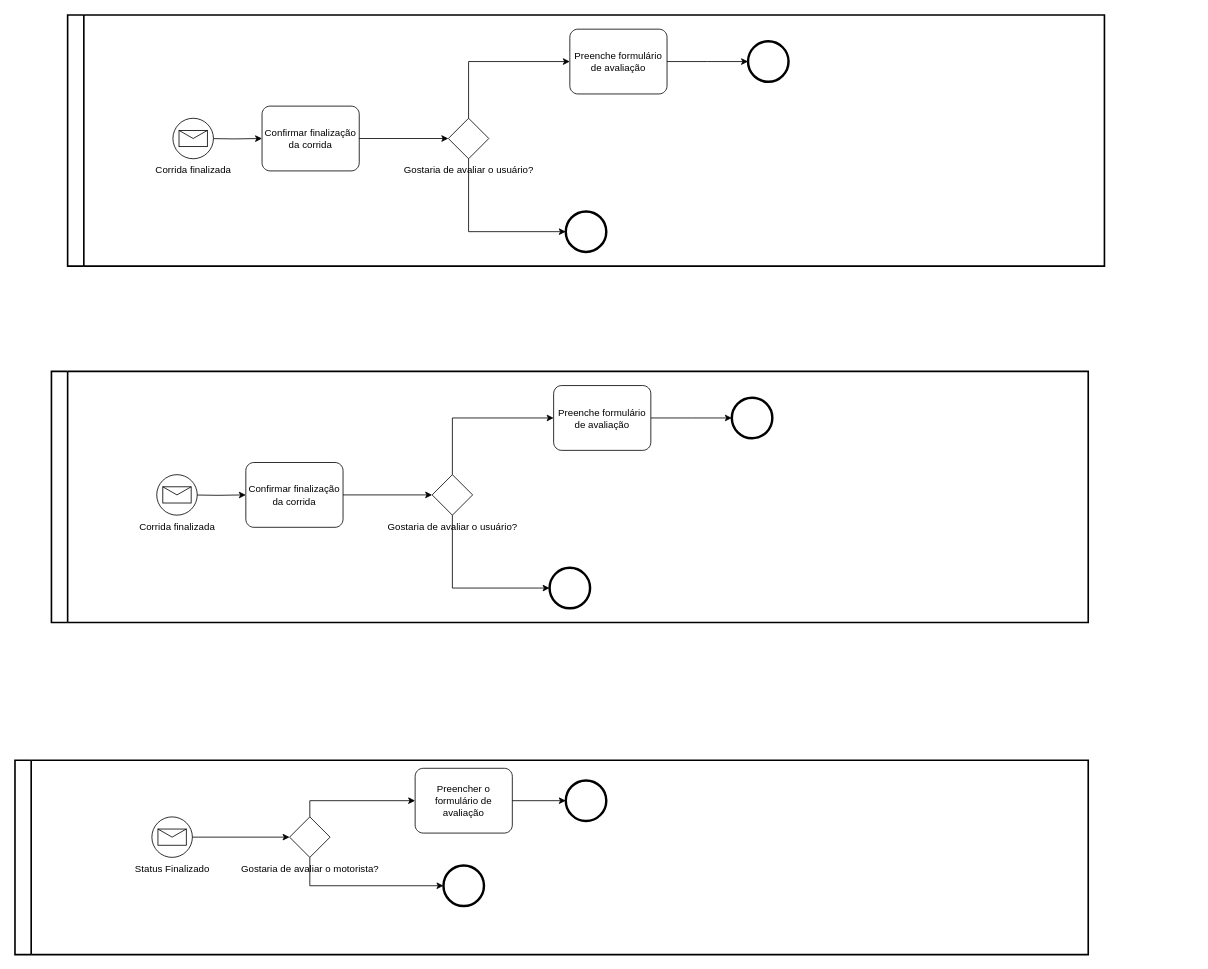
ICEI-PUC-Minas-PMV-ADS/Pet-s-Car keeps this draw.io diagram as page "Avaliações Motorista" (7 of 8) of Untitled Diagram.drawio. Above is the earlier version. Source tidied: cells renumbered, new cells numbered last; positions are measured from the earlier drawing's top-left corner, leaving out a move shared by most shapes. Both pictures are drawn from the tidied source at 81%, with x=0, y=0 at pixel (15, 15).
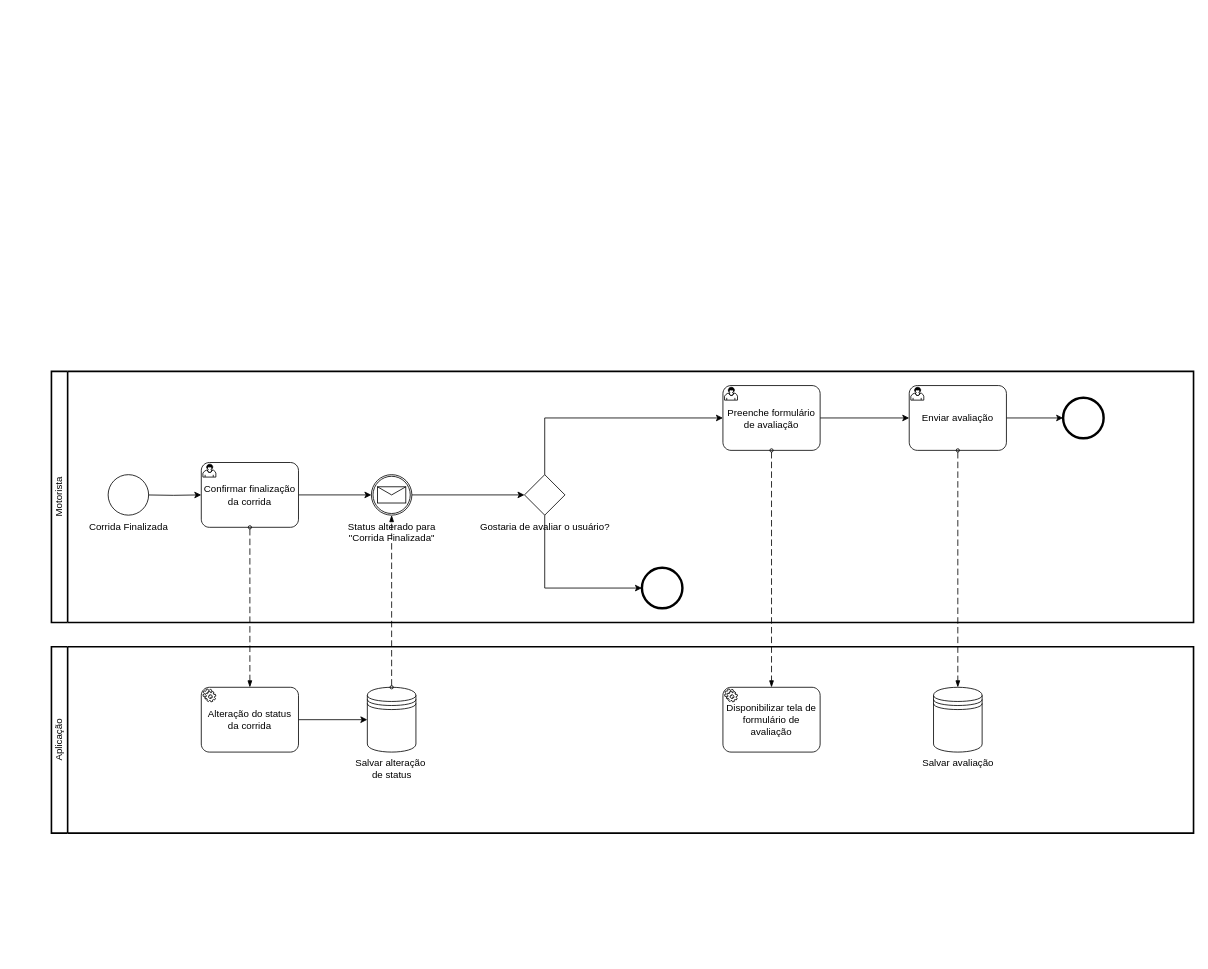
Above is the later version.

The edit, as a diff of the source:
```diff
@@
-    <mxCell id="2" style="swimlane;html=1;startSize=20;fontStyle=0;horizontal=0;swimlaneLine=1;swimlaneFillColor=#ffffff;strokeWidth=2;whiteSpace=wrap;" parent="1" vertex="1">
-      <mxGeometry x="65" width="1280" height="310" as="geometry" />
-    </mxCell>
-    <mxCell id="3" style="edgeStyle=orthogonalEdgeStyle;rounded=0;jettySize=auto;html=1;exitX=1;exitY=0.5;exitDx=0;exitDy=0;exitPerimeter=0;entryX=0;entryY=0.5;entryDx=0;entryDy=0;entryPerimeter=0;" parent="2" edge="1" target="4">
-      <mxGeometry relative="1" as="geometry">
-        <mxPoint x="170" y="152.5" as="sourcePoint" />
-      </mxGeometry>
-    </mxCell>
-    <mxCell id="4" value="Confirmar finalização da corrida" style="points=[[0.25,0,0],[0.5,0,0],[0.75,0,0],[1,0.25,0],[1,0.5,0],[1,0.75,0],[0.75,1,0],[0.5,1,0],[0.25,1,0],[0,0.75,0],[0,0.5,0],[0,0.25,0]];shape=mxgraph.bpmn.task;whiteSpace=wrap;rectStyle=rounded;size=10;html=1;taskMarker=abstract;" parent="2" vertex="1">
-      <mxGeometry x="240" y="112.5" width="120" height="80" as="geometry" />
-    </mxCell>
-    <mxCell id="5" value="Corrida finalizada" style="shape=mxgraph.bpmn.event;html=1;verticalLabelPosition=bottom;labelBackgroundColor=#ffffff;verticalAlign=top;align=center;perimeter=ellipsePerimeter;outline=standard;symbol=message;" parent="2" vertex="1">
-      <mxGeometry x="130" y="127.5" width="50" height="50" as="geometry" />
-    </mxCell>
-    <mxCell id="6" value="Gostaria de avaliar o usuário?" style="points=[[0.25,0.25,0],[0.5,0,0],[0.75,0.25,0],[1,0.5,0],[0.75,0.75,0],[0.5,1,0],[0.25,0.75,0],[0,0.5,0]];shape=mxgraph.bpmn.gateway2;html=1;verticalLabelPosition=bottom;labelBackgroundColor=#ffffff;verticalAlign=top;align=center;perimeter=rhombusPerimeter;outlineConnect=0;outline=none;symbol=none;" parent="2" vertex="1">
-      <mxGeometry x="470" y="127.5" width="50" height="50" as="geometry" />
-    </mxCell>
-    <mxCell id="7" style="edgeStyle=orthogonalEdgeStyle;rounded=0;jettySize=auto;html=1;exitX=1;exitY=0.5;exitDx=0;exitDy=0;exitPerimeter=0;" parent="2" edge="1" source="4" target="6">
-      <mxGeometry relative="1" as="geometry" />
-    </mxCell>
-    <mxCell id="8" style="edgeStyle=orthogonalEdgeStyle;rounded=0;jettySize=auto;html=1;exitX=1;exitY=0.5;exitDx=0;exitDy=0;exitPerimeter=0;" parent="2" edge="1" source="9">
-      <mxGeometry relative="1" as="geometry">
-        <mxPoint x="840" y="57.5" as="targetPoint" />
-      </mxGeometry>
-    </mxCell>
-    <mxCell id="9" value="Preenche formulário de avaliação" style="points=[[0.25,0,0],[0.5,0,0],[0.75,0,0],[1,0.25,0],[1,0.5,0],[1,0.75,0],[0.75,1,0],[0.5,1,0],[0.25,1,0],[0,0.75,0],[0,0.5,0],[0,0.25,0]];shape=mxgraph.bpmn.task;whiteSpace=wrap;rectStyle=rounded;size=10;html=1;taskMarker=abstract;" parent="2" vertex="1">
-      <mxGeometry x="620" y="17.5" width="120" height="80" as="geometry" />
-    </mxCell>
-    <mxCell id="10" style="edgeStyle=orthogonalEdgeStyle;rounded=0;jettySize=auto;html=1;exitX=0.5;exitY=0;exitDx=0;exitDy=0;exitPerimeter=0;entryX=0;entryY=0.5;entryDx=0;entryDy=0;entryPerimeter=0;" parent="2" edge="1" source="6" target="9">
-      <mxGeometry relative="1" as="geometry" />
-    </mxCell>
-    <mxCell id="11" style="points=[[0.145,0.145,0],[0.5,0,0],[0.855,0.145,0],[1,0.5,0],[0.855,0.855,0],[0.5,1,0],[0.145,0.855,0],[0,0.5,0]];shape=mxgraph.bpmn.event;html=1;verticalLabelPosition=bottom;labelBackgroundColor=#ffffff;verticalAlign=top;align=center;perimeter=ellipsePerimeter;outlineConnect=0;outline=end;symbol=terminate2;" parent="2" vertex="1">
-      <mxGeometry x="615" y="242.5" width="50" height="50" as="geometry" />
-    </mxCell>
-    <mxCell id="12" style="edgeStyle=orthogonalEdgeStyle;rounded=0;jettySize=auto;html=1;exitX=0.5;exitY=1;exitDx=0;exitDy=0;exitPerimeter=0;entryX=0;entryY=0.5;entryDx=0;entryDy=0;entryPerimeter=0;" parent="2" edge="1" source="6" target="11">
-      <mxGeometry relative="1" as="geometry" />
-    </mxCell>
-    <mxCell id="13" style="shape=mxgraph.bpmn.event;html=1;verticalLabelPosition=bottom;labelBackgroundColor=#ffffff;verticalAlign=top;align=center;perimeter=ellipsePerimeter;outline=end;symbol=terminate2;" parent="2" vertex="1">
-      <mxGeometry x="840" y="32.5" width="50" height="50" as="geometry" />
-    </mxCell>
+    <mxCell id="36" value="Aplicação" style="swimlane;html=1;startSize=20;fontStyle=0;horizontal=0;swimlaneLine=1;swimlaneFillColor=#ffffff;strokeWidth=2;whiteSpace=wrap;" parent="1" vertex="1">
+      <mxGeometry x="45" y="780" width="1410" height="230" as="geometry" />
+    </mxCell>
+    <mxCell id="37" style="edgeStyle=orthogonalEdgeStyle;rounded=0;jettySize=auto;html=1;exitX=1;exitY=0.5;exitDx=0;exitDy=0;exitPerimeter=0;entryX=0;entryY=0.5;entryDx=0;entryDy=0;" parent="36" edge="1" source="38" target="39">
+      <mxGeometry relative="1" as="geometry" />
+    </mxCell>
+    <mxCell id="38" value="Alteração do status da corrida" style="points=[[0.25,0,0],[0.5,0,0],[0.75,0,0],[1,0.25,0],[1,0.5,0],[1,0.75,0],[0.75,1,0],[0.5,1,0],[0.25,1,0],[0,0.75,0],[0,0.5,0],[0,0.25,0]];shape=mxgraph.bpmn.task;whiteSpace=wrap;rectStyle=rounded;size=10;html=1;taskMarker=service;" parent="36" vertex="1">
+      <mxGeometry x="185" y="50" width="120" height="80" as="geometry" />
+    </mxCell>
+    <mxCell id="39" value="Salvar alteração&amp;nbsp;&lt;br&gt;de status" style="shape=datastore;html=1;labelPosition=center;verticalLabelPosition=bottom;align=center;verticalAlign=top;" parent="36" vertex="1">
+      <mxGeometry x="390" y="50" width="60" height="80" as="geometry" />
+    </mxCell>
+    <mxCell id="40" value="Disponibilizar tela de formulário de avaliação" style="points=[[0.25,0,0],[0.5,0,0],[0.75,0,0],[1,0.25,0],[1,0.5,0],[1,0.75,0],[0.75,1,0],[0.5,1,0],[0.25,1,0],[0,0.75,0],[0,0.5,0],[0,0.25,0]];shape=mxgraph.bpmn.task;whiteSpace=wrap;rectStyle=rounded;size=10;html=1;taskMarker=service;" parent="36" vertex="1">
+      <mxGeometry x="829" y="50" width="120" height="80" as="geometry" />
+    </mxCell>
+    <mxCell id="41" value="Salvar avaliação" style="shape=datastore;html=1;labelPosition=center;verticalLabelPosition=bottom;align=center;verticalAlign=top;" parent="36" vertex="1">
+      <mxGeometry x="1089" y="50" width="60" height="80" as="geometry" />
+    </mxCell>
-    <mxCell id="14" style="swimlane;html=1;startSize=20;fontStyle=0;horizontal=0;swimlaneLine=1;swimlaneFillColor=#ffffff;strokeWidth=2;whiteSpace=wrap;" parent="1" vertex="1">
-      <mxGeometry x="45" y="440" width="1280" height="310" as="geometry" />
+    <mxCell id="14" value="Motorista" style="swimlane;html=1;startSize=20;fontStyle=0;horizontal=0;swimlaneLine=1;swimlaneFillColor=#ffffff;strokeWidth=2;whiteSpace=wrap;" parent="1" vertex="1">
+      <mxGeometry x="45" y="440" width="1410" height="310" as="geometry" />
     </mxCell>
     <mxCell id="15" style="edgeStyle=orthogonalEdgeStyle;rounded=0;jettySize=auto;html=1;exitX=1;exitY=0.5;exitDx=0;exitDy=0;exitPerimeter=0;entryX=0;entryY=0.5;entryDx=0;entryDy=0;entryPerimeter=0;" parent="14" edge="1" target="16">
       <mxGeometry relative="1" as="geometry">
-        <mxPoint x="170" y="152.5" as="sourcePoint" />
+        <mxPoint x="115" y="152.5" as="sourcePoint" />
       </mxGeometry>
     </mxCell>
+    <mxCell id="42" style="edgeStyle=orthogonalEdgeStyle;rounded=0;jettySize=auto;html=1;exitX=1;exitY=0.5;exitDx=0;exitDy=0;exitPerimeter=0;entryX=0;entryY=0.5;entryDx=0;entryDy=0;entryPerimeter=0;" parent="14" edge="1" source="16" target="48">
+      <mxGeometry relative="1" as="geometry" />
+    </mxCell>
-    <mxCell id="16" value="Confirmar finalização da corrida" style="points=[[0.25,0,0],[0.5,0,0],[0.75,0,0],[1,0.25,0],[1,0.5,0],[1,0.75,0],[0.75,1,0],[0.5,1,0],[0.25,1,0],[0,0.75,0],[0,0.5,0],[0,0.25,0]];shape=mxgraph.bpmn.task;whiteSpace=wrap;rectStyle=rounded;size=10;html=1;taskMarker=abstract;" parent="14" vertex="1">
-      <mxGeometry x="240" y="112.5" width="120" height="80" as="geometry" />
+    <mxCell id="16" value="Confirmar finalização da corrida" style="points=[[0.25,0,0],[0.5,0,0],[0.75,0,0],[1,0.25,0],[1,0.5,0],[1,0.75,0],[0.75,1,0],[0.5,1,0],[0.25,1,0],[0,0.75,0],[0,0.5,0],[0,0.25,0]];shape=mxgraph.bpmn.task;whiteSpace=wrap;rectStyle=rounded;size=10;html=1;taskMarker=user;" parent="14" vertex="1">
+      <mxGeometry x="185" y="112.5" width="120" height="80" as="geometry" />
     </mxCell>
-    <mxCell id="17" value="Corrida finalizada" style="shape=mxgraph.bpmn.event;html=1;verticalLabelPosition=bottom;labelBackgroundColor=#ffffff;verticalAlign=top;align=center;perimeter=ellipsePerimeter;outline=standard;symbol=message;" parent="14" vertex="1">
-      <mxGeometry x="130" y="127.5" width="50" height="50" as="geometry" />
-    </mxCell>
     <mxCell id="18" value="Gostaria de avaliar o usuário?" style="points=[[0.25,0.25,0],[0.5,0,0],[0.75,0.25,0],[1,0.5,0],[0.75,0.75,0],[0.5,1,0],[0.25,0.75,0],[0,0.5,0]];shape=mxgraph.bpmn.gateway2;html=1;verticalLabelPosition=bottom;labelBackgroundColor=#ffffff;verticalAlign=top;align=center;perimeter=rhombusPerimeter;outlineConnect=0;outline=none;symbol=none;" parent="14" vertex="1">
-      <mxGeometry x="470" y="127.5" width="50" height="50" as="geometry" />
+      <mxGeometry x="584" y="127.5" width="50" height="50" as="geometry" />
     </mxCell>
-    <mxCell id="19" style="edgeStyle=orthogonalEdgeStyle;rounded=0;jettySize=auto;html=1;exitX=1;exitY=0.5;exitDx=0;exitDy=0;exitPerimeter=0;" parent="14" edge="1" source="16" target="18">
-      <mxGeometry relative="1" as="geometry" />
-    </mxCell>
-    <mxCell id="20" style="edgeStyle=orthogonalEdgeStyle;rounded=0;jettySize=auto;html=1;exitX=1;exitY=0.5;exitDx=0;exitDy=0;exitPerimeter=0;" parent="14" edge="1" source="21">
-      <mxGeometry relative="1" as="geometry">
-        <mxPoint x="840" y="57.5" as="targetPoint" />
-      </mxGeometry>
-    </mxCell>
+    <mxCell id="43" style="edgeStyle=orthogonalEdgeStyle;rounded=0;jettySize=auto;html=1;exitX=1;exitY=0.5;exitDx=0;exitDy=0;exitPerimeter=0;entryX=0;entryY=0.5;entryDx=0;entryDy=0;entryPerimeter=0;" parent="14" edge="1" source="21" target="45">
+      <mxGeometry relative="1" as="geometry" />
+    </mxCell>
-    <mxCell id="21" value="Preenche formulário de avaliação" style="points=[[0.25,0,0],[0.5,0,0],[0.75,0,0],[1,0.25,0],[1,0.5,0],[1,0.75,0],[0.75,1,0],[0.5,1,0],[0.25,1,0],[0,0.75,0],[0,0.5,0],[0,0.25,0]];shape=mxgraph.bpmn.task;whiteSpace=wrap;rectStyle=rounded;size=10;html=1;taskMarker=abstract;" parent="14" vertex="1">
-      <mxGeometry x="620" y="17.5" width="120" height="80" as="geometry" />
+    <mxCell id="21" value="Preenche formulário de avaliação" style="points=[[0.25,0,0],[0.5,0,0],[0.75,0,0],[1,0.25,0],[1,0.5,0],[1,0.75,0],[0.75,1,0],[0.5,1,0],[0.25,1,0],[0,0.75,0],[0,0.5,0],[0,0.25,0]];shape=mxgraph.bpmn.task;whiteSpace=wrap;rectStyle=rounded;size=10;html=1;taskMarker=user;" parent="14" vertex="1">
+      <mxGeometry x="829" y="17.5" width="120" height="80" as="geometry" />
     </mxCell>
@@
     <mxCell id="23" style="points=[[0.145,0.145,0],[0.5,0,0],[0.855,0.145,0],[1,0.5,0],[0.855,0.855,0],[0.5,1,0],[0.145,0.855,0],[0,0.5,0]];shape=mxgraph.bpmn.event;html=1;verticalLabelPosition=bottom;labelBackgroundColor=#ffffff;verticalAlign=top;align=center;perimeter=ellipsePerimeter;outlineConnect=0;outline=end;symbol=terminate2;" parent="14" vertex="1">
-      <mxGeometry x="615" y="242.5" width="50" height="50" as="geometry" />
+      <mxGeometry x="729" y="242.5" width="50" height="50" as="geometry" />
     </mxCell>
@@
     <mxCell id="25" style="points=[[0.145,0.145,0],[0.5,0,0],[0.855,0.145,0],[1,0.5,0],[0.855,0.855,0],[0.5,1,0],[0.145,0.855,0],[0,0.5,0]];shape=mxgraph.bpmn.event;html=1;verticalLabelPosition=bottom;labelBackgroundColor=#ffffff;verticalAlign=top;align=center;perimeter=ellipsePerimeter;outlineConnect=0;outline=end;symbol=terminate2;" parent="14" vertex="1">
-      <mxGeometry x="840" y="32.5" width="50" height="50" as="geometry" />
+      <mxGeometry x="1249" y="32.5" width="50" height="50" as="geometry" />
     </mxCell>
-    <mxCell id="26" style="swimlane;html=1;startSize=20;fontStyle=0;horizontal=0;swimlaneLine=1;swimlaneFillColor=#ffffff;strokeWidth=2;whiteSpace=wrap;" parent="1" vertex="1">
-      <mxGeometry y="920" width="1325" height="240" as="geometry" />
-    </mxCell>
-    <mxCell id="27" value="Status Finalizado" style="points=[[0.145,0.145,0],[0.5,0,0],[0.855,0.145,0],[1,0.5,0],[0.855,0.855,0],[0.5,1,0],[0.145,0.855,0],[0,0.5,0]];shape=mxgraph.bpmn.event;html=1;verticalLabelPosition=bottom;labelBackgroundColor=#ffffff;verticalAlign=top;align=center;perimeter=ellipsePerimeter;outlineConnect=0;outline=standard;symbol=message;" parent="26" vertex="1">
-      <mxGeometry x="169" y="70" width="50" height="50" as="geometry" />
-    </mxCell>
-    <mxCell id="28" value="Gostaria de avaliar o motorista?" style="points=[[0.25,0.25,0],[0.5,0,0],[0.75,0.25,0],[1,0.5,0],[0.75,0.75,0],[0.5,1,0],[0.25,0.75,0],[0,0.5,0]];shape=mxgraph.bpmn.gateway2;html=1;verticalLabelPosition=bottom;labelBackgroundColor=#ffffff;verticalAlign=top;align=center;perimeter=rhombusPerimeter;outlineConnect=0;outline=none;symbol=none;" parent="26" vertex="1">
-      <mxGeometry x="339" y="70" width="50" height="50" as="geometry" />
-    </mxCell>
-    <mxCell id="29" style="edgeStyle=orthogonalEdgeStyle;rounded=0;jettySize=auto;html=1;exitX=1;exitY=0.5;exitDx=0;exitDy=0;exitPerimeter=0;entryX=0;entryY=0.5;entryDx=0;entryDy=0;entryPerimeter=0;" parent="26" edge="1" source="27" target="28">
-      <mxGeometry relative="1" as="geometry" />
-    </mxCell>
-    <mxCell id="30" value="Preencher o formulário de avaliação" style="points=[[0.25,0,0],[0.5,0,0],[0.75,0,0],[1,0.25,0],[1,0.5,0],[1,0.75,0],[0.75,1,0],[0.5,1,0],[0.25,1,0],[0,0.75,0],[0,0.5,0],[0,0.25,0]];shape=mxgraph.bpmn.task;whiteSpace=wrap;rectStyle=rounded;size=10;html=1;taskMarker=abstract;" parent="26" vertex="1">
-      <mxGeometry x="494" y="10" width="120" height="80" as="geometry" />
-    </mxCell>
-    <mxCell id="31" style="edgeStyle=orthogonalEdgeStyle;rounded=0;jettySize=auto;html=1;exitX=0.5;exitY=0;exitDx=0;exitDy=0;exitPerimeter=0;" parent="26" edge="1" source="28" target="30">
-      <mxGeometry relative="1" as="geometry" />
-    </mxCell>
-    <mxCell id="32" style="points=[[0.145,0.145,0],[0.5,0,0],[0.855,0.145,0],[1,0.5,0],[0.855,0.855,0],[0.5,1,0],[0.145,0.855,0],[0,0.5,0]];shape=mxgraph.bpmn.event;html=1;verticalLabelPosition=bottom;labelBackgroundColor=#ffffff;verticalAlign=top;align=center;perimeter=ellipsePerimeter;outlineConnect=0;outline=end;symbol=terminate2;" parent="26" vertex="1">
-      <mxGeometry x="680" y="25" width="50" height="50" as="geometry" />
-    </mxCell>
-    <mxCell id="33" style="edgeStyle=orthogonalEdgeStyle;rounded=0;jettySize=auto;html=1;exitX=1;exitY=0.5;exitDx=0;exitDy=0;exitPerimeter=0;" parent="26" edge="1" source="30" target="32">
-      <mxGeometry relative="1" as="geometry" />
-    </mxCell>
-    <mxCell id="34" style="points=[[0.145,0.145,0],[0.5,0,0],[0.855,0.145,0],[1,0.5,0],[0.855,0.855,0],[0.5,1,0],[0.145,0.855,0],[0,0.5,0]];shape=mxgraph.bpmn.event;html=1;verticalLabelPosition=bottom;labelBackgroundColor=#ffffff;verticalAlign=top;align=center;perimeter=ellipsePerimeter;outlineConnect=0;outline=end;symbol=terminate2;" parent="26" vertex="1">
-      <mxGeometry x="529" y="130" width="50" height="50" as="geometry" />
-    </mxCell>
-    <mxCell id="35" style="edgeStyle=orthogonalEdgeStyle;rounded=0;jettySize=auto;html=1;exitX=0.5;exitY=1;exitDx=0;exitDy=0;exitPerimeter=0;entryX=0;entryY=0.5;entryDx=0;entryDy=0;entryPerimeter=0;" parent="26" edge="1" source="28" target="34">
-      <mxGeometry relative="1" as="geometry" />
-    </mxCell>
+    <mxCell id="44" style="edgeStyle=orthogonalEdgeStyle;rounded=0;jettySize=auto;html=1;exitX=1;exitY=0.5;exitDx=0;exitDy=0;exitPerimeter=0;entryX=0;entryY=0.5;entryDx=0;entryDy=0;entryPerimeter=0;" parent="14" edge="1" source="45" target="25">
+      <mxGeometry relative="1" as="geometry" />
+    </mxCell>
+    <mxCell id="45" value="Enviar avaliação" style="points=[[0.25,0,0],[0.5,0,0],[0.75,0,0],[1,0.25,0],[1,0.5,0],[1,0.75,0],[0.75,1,0],[0.5,1,0],[0.25,1,0],[0,0.75,0],[0,0.5,0],[0,0.25,0]];shape=mxgraph.bpmn.task;whiteSpace=wrap;rectStyle=rounded;size=10;html=1;taskMarker=user;" parent="14" vertex="1">
+      <mxGeometry x="1059" y="17.5" width="120" height="80" as="geometry" />
+    </mxCell>
+    <mxCell id="46" value="Corrida Finalizada" style="shape=mxgraph.bpmn.event;html=1;verticalLabelPosition=bottom;labelBackgroundColor=#ffffff;verticalAlign=top;align=center;perimeter=ellipsePerimeter;outline=standard;symbol=general;" parent="14" vertex="1">
+      <mxGeometry x="70" y="127.5" width="50" height="50" as="geometry" />
+    </mxCell>
+    <mxCell id="47" style="edgeStyle=orthogonalEdgeStyle;rounded=0;jettySize=auto;html=1;exitX=1;exitY=0.5;exitDx=0;exitDy=0;exitPerimeter=0;entryX=0;entryY=0.5;entryDx=0;entryDy=0;entryPerimeter=0;" parent="14" edge="1" source="48" target="18">
+      <mxGeometry relative="1" as="geometry" />
+    </mxCell>
+    <mxCell id="48" value="Status alterado para &lt;br&gt;&quot;Corrida Finalizada&quot;" style="points=[[0.145,0.145,0],[0.5,0,0],[0.855,0.145,0],[1,0.5,0],[0.855,0.855,0],[0.5,1,0],[0.145,0.855,0],[0,0.5,0]];shape=mxgraph.bpmn.event;html=1;verticalLabelPosition=bottom;labelBackgroundColor=#ffffff;verticalAlign=top;align=center;perimeter=ellipsePerimeter;outlineConnect=0;outline=catching;symbol=message;" parent="14" vertex="1">
+      <mxGeometry x="395" y="127.5" width="50" height="50" as="geometry" />
+    </mxCell>
+    <mxCell id="49" style="dashed=1;dashPattern=8 4;endArrow=blockThin;endFill=1;startArrow=oval;startFill=0;endSize=6;startSize=4;html=1;rounded=0;exitX=0.5;exitY=1;exitDx=0;exitDy=0;exitPerimeter=0;entryX=0.5;entryY=0;entryDx=0;entryDy=0;entryPerimeter=0;" parent="1" edge="1" source="16" target="38">
+      <mxGeometry relative="1" as="geometry" />
+    </mxCell>
+    <mxCell id="50" style="dashed=1;dashPattern=8 4;endArrow=blockThin;endFill=1;startArrow=oval;startFill=0;endSize=6;startSize=4;html=1;rounded=0;exitX=0.5;exitY=1;exitDx=0;exitDy=0;exitPerimeter=0;entryX=0.5;entryY=0;entryDx=0;entryDy=0;entryPerimeter=0;" parent="1" edge="1" source="21" target="40">
+      <mxGeometry relative="1" as="geometry" />
+    </mxCell>
+    <mxCell id="51" style="dashed=1;dashPattern=8 4;endArrow=blockThin;endFill=1;startArrow=oval;startFill=0;endSize=6;startSize=4;html=1;rounded=0;exitX=0.5;exitY=1;exitDx=0;exitDy=0;exitPerimeter=0;entryX=0.5;entryY=0;entryDx=0;entryDy=0;" parent="1" edge="1" source="45" target="41">
+      <mxGeometry relative="1" as="geometry" />
+    </mxCell>
+    <mxCell id="52" style="dashed=1;dashPattern=8 4;endArrow=blockThin;endFill=1;startArrow=oval;startFill=0;endSize=6;startSize=4;html=1;rounded=0;entryX=0.5;entryY=1;entryDx=0;entryDy=0;entryPerimeter=0;exitX=0.5;exitY=0;exitDx=0;exitDy=0;exitPerimeter=0;" parent="1" edge="1" source="39" target="48">
+      <mxGeometry relative="1" as="geometry" />
+    </mxCell>
```
